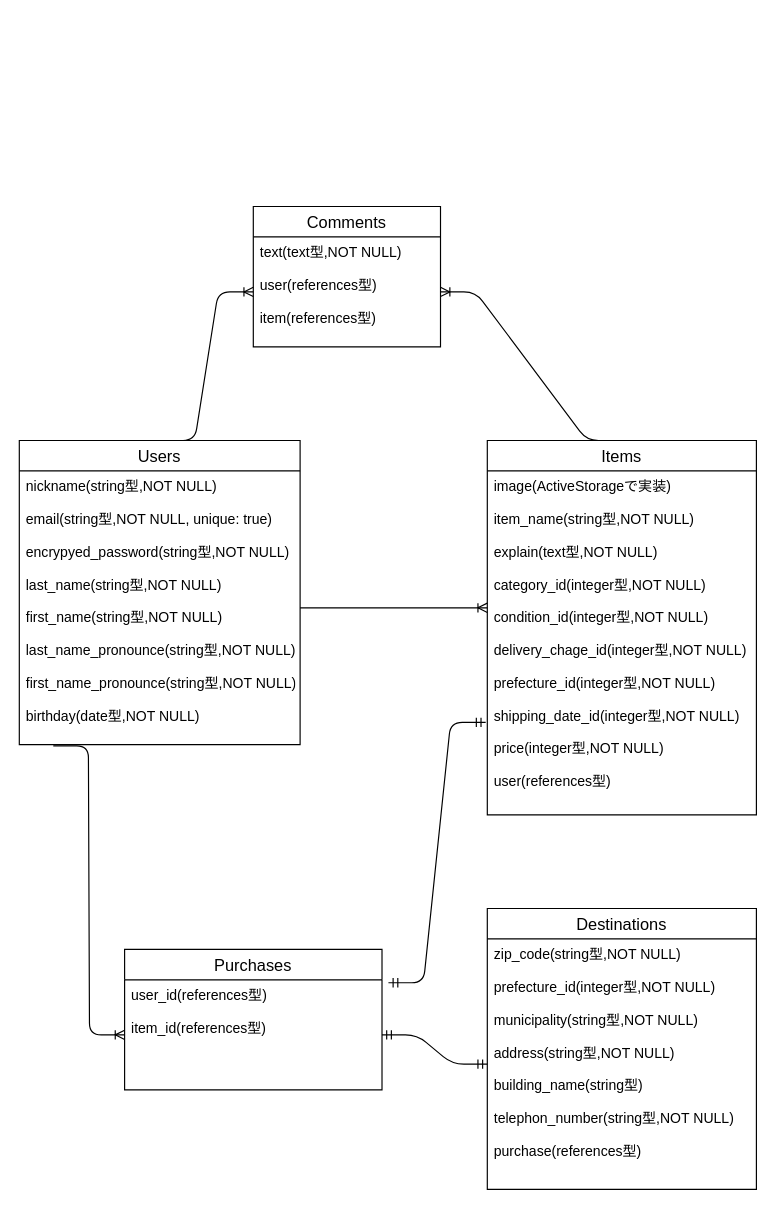
The draw.io diagram furima.dio in mokomoko-ogata/furima-35230, before the edit. Source tidied: cells renumbered, new cells numbered last; positions are measured from the earlier drawing's top-left corner, leaving out a move shared by most shapes. Both pictures are drawn from the tidied source at 117%, with x=0, y=0 at pixel (19, 206).
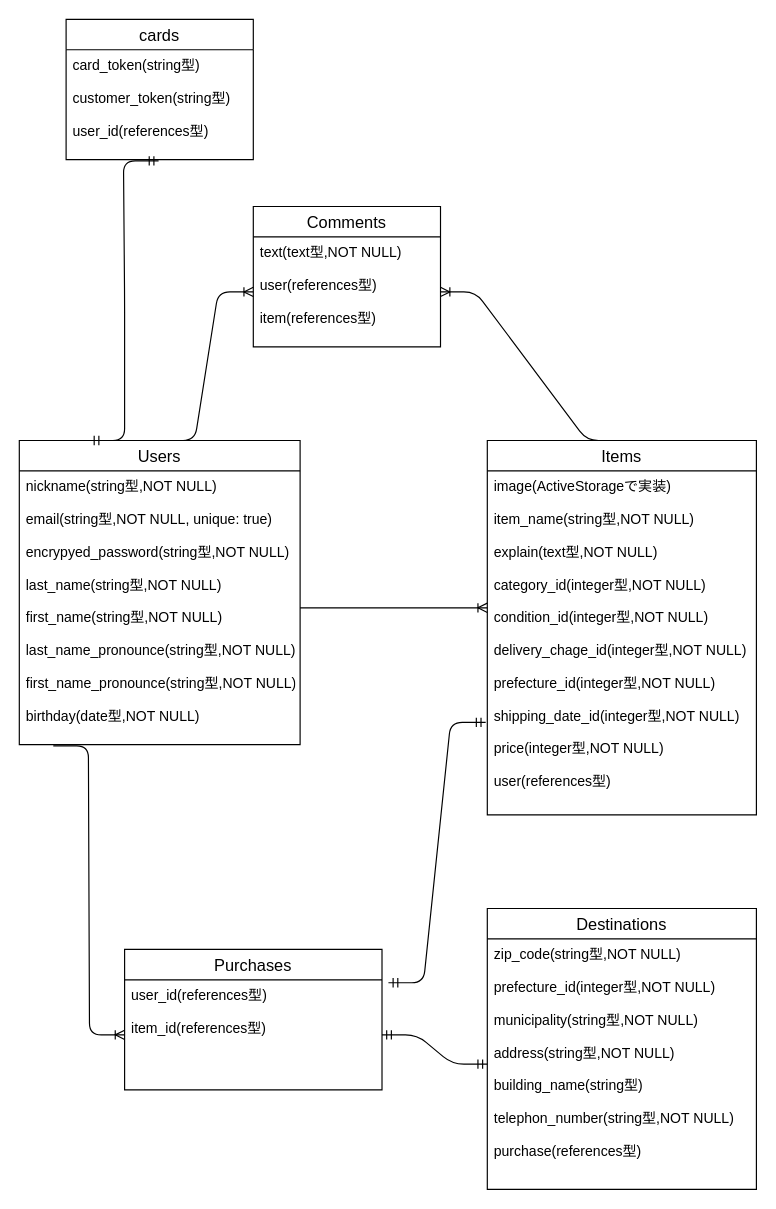
The same diagram, later.

The change refers to these unchanged cells:
```xml
<mxCell id="2" value="Users" style="swimlane;fontStyle=0;horizontal=1;startSize=26;align=center;fontSize=14;" parent="1" vertex="1">
  <mxGeometry y="200" width="240" height="260" as="geometry" />
</mxCell>
```

Change to the diagram source:
```diff
@@
+    <mxCell id="18" value="cards" style="swimlane;fontStyle=0;horizontal=1;startSize=26;align=center;fontSize=14;" parent="1" vertex="1">
+      <mxGeometry x="40" y="-160" width="160" height="120" as="geometry" />
+    </mxCell>
+    <mxCell id="19" value="card_token(string型)&#10;&#10;customer_token(string型)&#10;&#10;user_id(references型)" style="text;strokeColor=none;fillColor=none;spacingLeft=4;spacingRight=4;overflow=hidden;points=[[0,0.5],[1,0.5]];portConstraint=eastwest;fontSize=12;" parent="18" vertex="1">
+      <mxGeometry y="26" width="160" height="94" as="geometry" />
+    </mxCell>
+    <mxCell id="20" style="edgeStyle=entityRelationEdgeStyle;fontSize=12;html=1;endArrow=ERmandOne;startArrow=ERmandOne;exitX=0.25;exitY=0;exitDx=0;exitDy=0;entryX=0.494;entryY=1.011;entryDx=0;entryDy=0;entryPerimeter=0;" parent="1" edge="1" source="2" target="19">
+      <mxGeometry relative="1" as="geometry" />
+    </mxCell>
```
